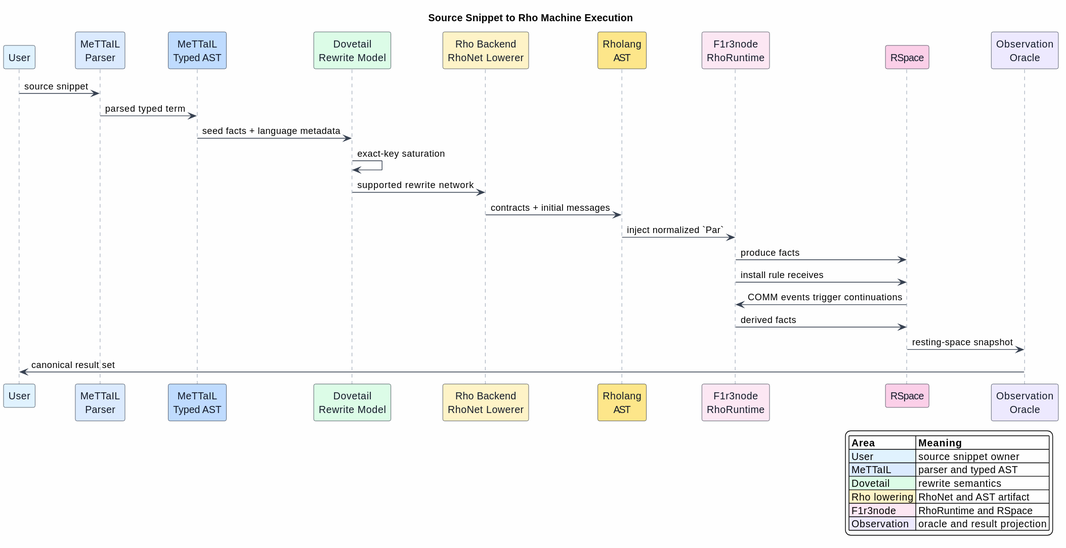
The PlantUML diagram docs/architecture/rho-native-integration/figures/02-end-to-end-architecture.svg in F1R3FLY-io/mettail-rust, before a commit.
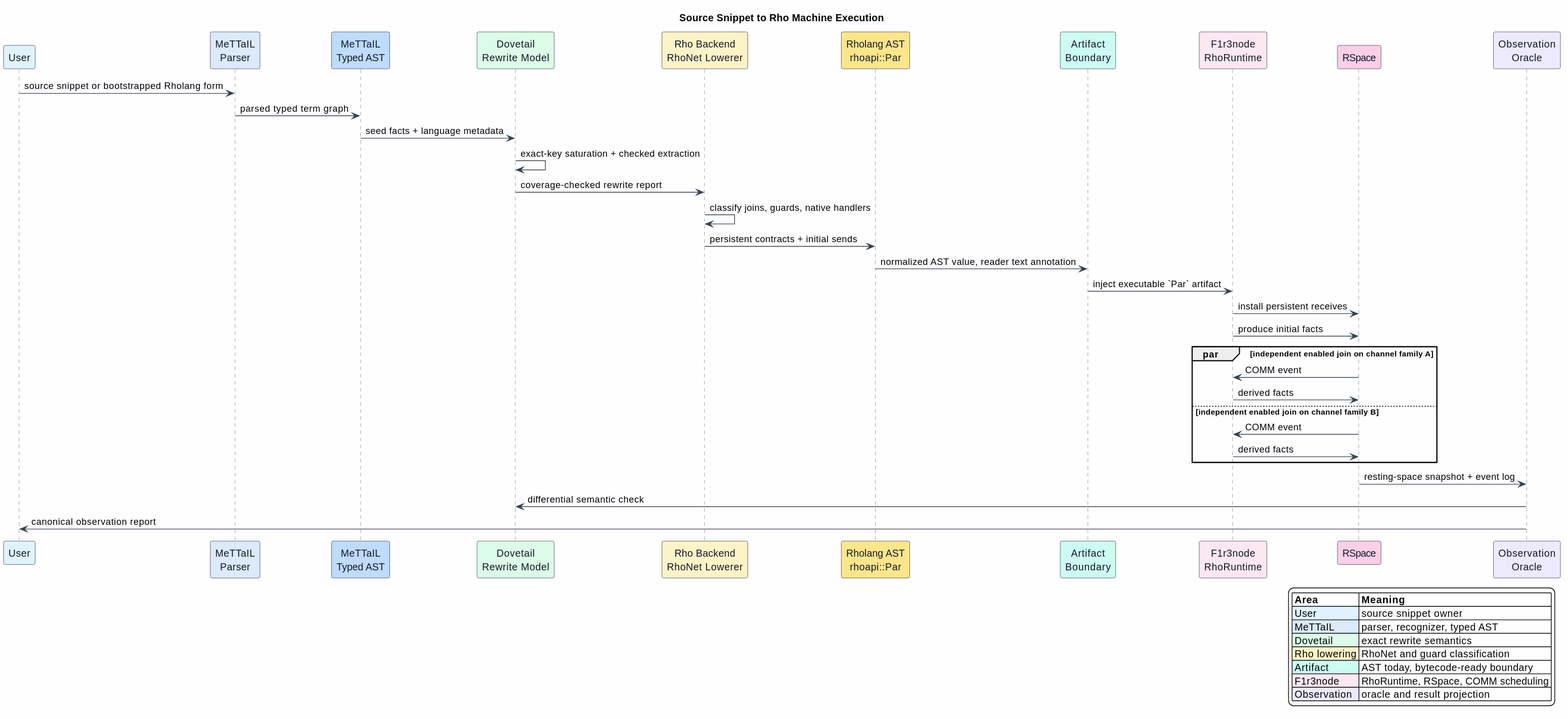
The same file after the commit.

Change to the diagram source:
```diff
@@ -16,32 +16,42 @@
 participant "MeTTaIL\nTyped AST" as AST #BFDBFE
 participant "Dovetail\nRewrite Model" as Dovetail #DCFCE7
 participant "Rho Backend\nRhoNet Lowerer" as Lowerer #FEF3C7
-participant "Rholang\nAST" as Rholang #FDE68A
+participant "Rholang AST\nrhoapi::Par" as Rholang #FDE68A
+participant "Artifact\nBoundary" as Artifact #CCFBF1
 participant "F1r3node\nRhoRuntime" as Runtime #FCE7F3
 participant "RSpace" as RSpace #FBCFE8
 participant "Observation\nOracle" as Oracle #EDE9FE
 
-User -> Parser : source snippet
-Parser -> AST : parsed typed term
+User -> Parser : source snippet or bootstrapped Rholang form
+Parser -> AST : parsed typed term graph
 AST -> Dovetail : seed facts + language metadata
-Dovetail -> Dovetail : exact-key saturation
-Dovetail -> Lowerer : supported rewrite network
-Lowerer -> Rholang : contracts + initial messages
-Rholang -> Runtime : inject normalized `Par`
-Runtime -> RSpace : produce facts
-Runtime -> RSpace : install rule receives
-RSpace -> Runtime : COMM events trigger continuations
-Runtime -> RSpace : derived facts
-RSpace -> Oracle : resting-space snapshot
-Oracle -> User : canonical result set
+Dovetail -> Dovetail : exact-key saturation + checked extraction
+Dovetail -> Lowerer : coverage-checked rewrite report
+Lowerer -> Lowerer : classify joins, guards, native handlers
+Lowerer -> Rholang : persistent contracts + initial sends
+Rholang -> Artifact : normalized AST value, reader text annotation
+Artifact -> Runtime : inject executable `Par` artifact
+Runtime -> RSpace : install persistent receives
+Runtime -> RSpace : produce initial facts
+par independent enabled join on channel family A
+  RSpace -> Runtime : COMM event
+  Runtime -> RSpace : derived facts
+else independent enabled join on channel family B
+  RSpace -> Runtime : COMM event
+  Runtime -> RSpace : derived facts
+end
+RSpace -> Oracle : resting-space snapshot + event log
+Oracle -> Dovetail : differential semantic check
+Oracle -> User : canonical observation report
 
 legend right
 |= Area |= Meaning |
 |<#E0F2FE> User | source snippet owner |
-|<#DBEAFE> MeTTaIL | parser and typed AST |
-|<#DCFCE7> Dovetail | rewrite semantics |
-|<#FEF3C7> Rho lowering | RhoNet and AST artifact |
-|<#FCE7F3> F1r3node | RhoRuntime and RSpace |
+|<#DBEAFE> MeTTaIL | parser, recognizer, typed AST |
+|<#DCFCE7> Dovetail | exact rewrite semantics |
+|<#FEF3C7> Rho lowering | RhoNet and guard classification |
+|<#CCFBF1> Artifact | AST today, bytecode-ready boundary |
+|<#FCE7F3> F1r3node | RhoRuntime, RSpace, COMM scheduling |
 |<#EDE9FE> Observation | oracle and result projection |
 endlegend
 @enduml
```
